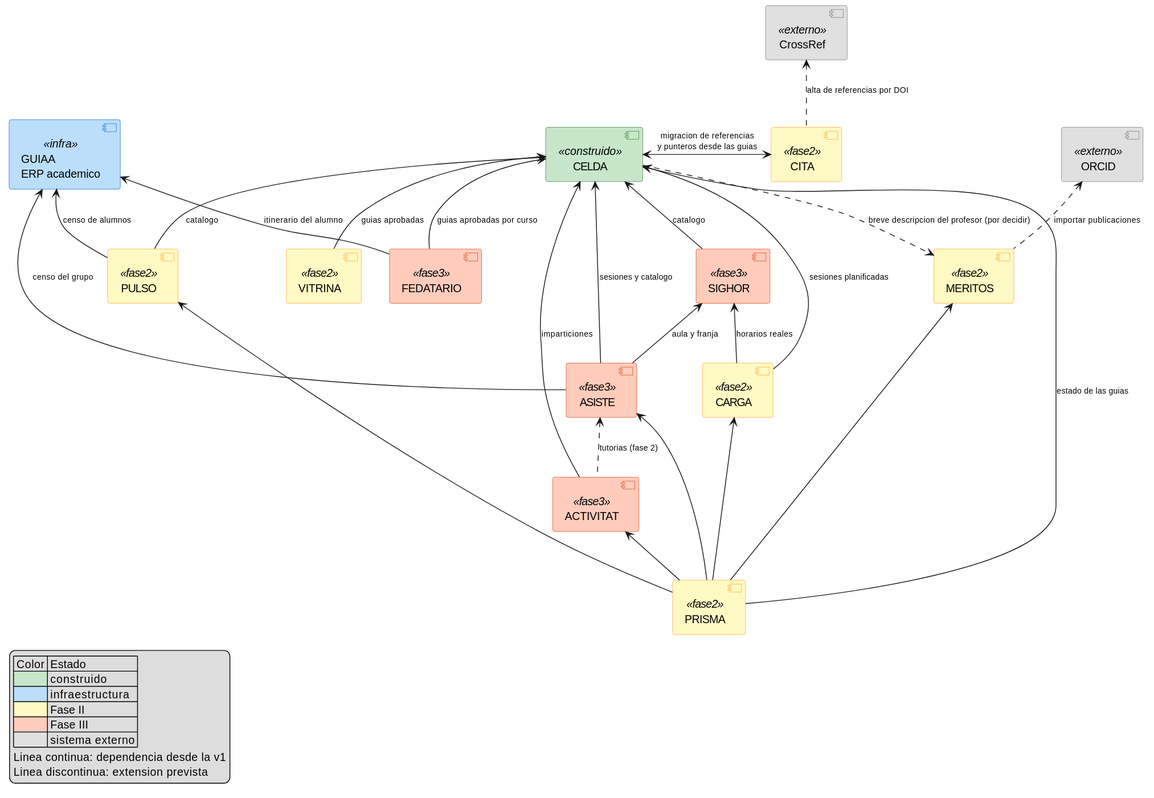
mmasias/_AGORA keeps this PlantUML diagram as images/modelosUML/mapaDependencias.svg. Above is the earlier version. The source it was exported from:
```plantuml
@startuml
skinparam component {
  BorderColor<<construido>> #2E7D32
  BorderColor<<infra>> #1565C0
  BorderColor<<fase2>> #F9A825
  BorderColor<<fase3>> #D84315
  BorderColor<<externo>> #757575
  BackgroundColor<<construido>> #C8E6C9
  BackgroundColor<<infra>> #BBDEFB
  BackgroundColor<<fase2>> #FFF9C4
  BackgroundColor<<fase3>> #FFCCBC
  BackgroundColor<<externo>> #E0E0E0
}


component "CELDA" <<construido>> as CELDA
component "GUIAA\nERP academico" <<infra>> as GUIAA

component "ORCID" <<externo>> as ORCID
component "CrossRef" <<externo>> as CROSSREF


component "MERITOS" <<fase2>> as MERITOS
component "PULSO" <<fase2>> as PULSO
component "VITRINA" <<fase2>> as VITRINA
component "CITA" <<fase2>> as CITA
component "CARGA" <<fase2>> as CARGA
component "PRISMA" <<fase2>> as PRISMA


component "SIGHOR" <<fase3>> as SIGHOR
component "ASISTE" <<fase3>> as ASISTE
component "FEDATARIO" <<fase3>> as FEDATARIO
component "ACTIVITAT" <<fase3>> as ACTIVITAT


PULSO -up-> CELDA : <sub>catalogo</sub>
VITRINA -up-> CELDA : <sub>guias aprobadas</sub>
CELDA <-> CITA : <sub>migracion de referencias</sub>\n<sub>y punteros desde las guias</sub>
CARGA -up-> CELDA : <sub>sesiones planificadas</sub>
ASISTE -up-> CELDA : <sub>sesiones y catalogo</sub>
SIGHOR -up-> CELDA : <sub>catalogo</sub>
ACTIVITAT -up-> CELDA : <sub>imparticiones</sub>
FEDATARIO -up-> CELDA : <sub>guias aprobadas por curso</sub>
PRISMA -up-> CELDA : <sub>estado de las guias</sub>


CARGA -up-> SIGHOR : <sub>horarios reales</sub>
ASISTE -up-> SIGHOR : <sub>aula y franja</sub>
PRISMA -up-> MERITOS
PRISMA -up-> PULSO
PRISMA -up-> ASISTE
PRISMA -up-> CARGA
PRISMA -up-> ACTIVITAT


PULSO -up-> GUIAA : <sub>censo de alumnos</sub>
ASISTE -up-> GUIAA : <sub>censo del grupo</sub>
FEDATARIO -up-> GUIAA : <sub>itinerario del alumno</sub>


ACTIVITAT .up.> ASISTE : <sub>tutorias (fase 2)</sub>
MERITOS .up.> ORCID : <sub>importar publicaciones</sub>
CITA .up.> CROSSREF : <sub>alta de referencias por DOI</sub>
CELDA ..> MERITOS : <sub>breve descripcion del profesor (por decidir)</sub>

legend left
  | Color | Estado |
  |<#C8E6C9>| construido |
  |<#BBDEFB>| infraestructura |
  |<#FFF9C4>| Fase II |
  |<#FFCCBC>| Fase III |
  |<#E0E0E0>| sistema externo |
  Linea continua: dependencia desde la v1
  Linea discontinua: extension prevista
end legend
@enduml
```
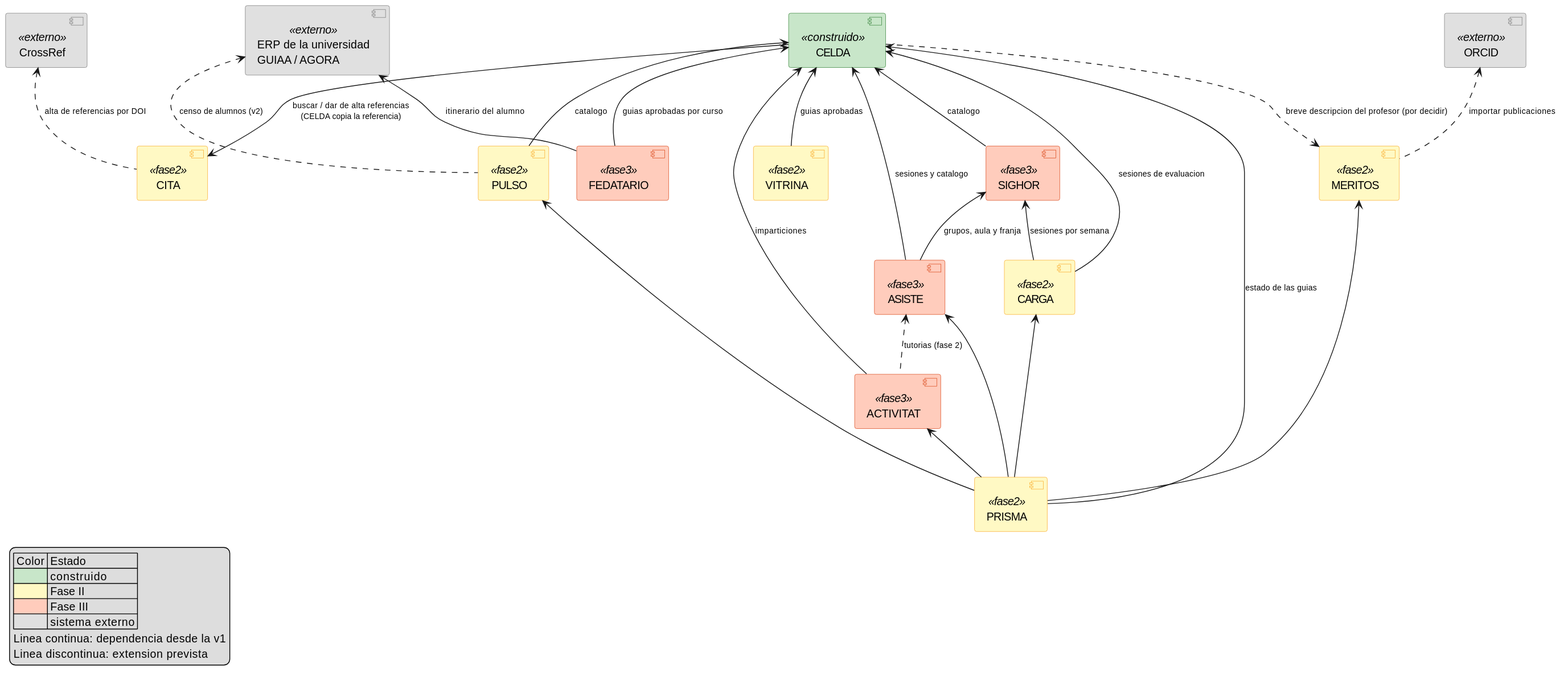
After the change.

Commit message:
docs(readme, mapa): COLMENA/GUIAA/AGORA como sistemas externos, tabla de datos maestros y diagrama actualizado (#11, #10)

Sesión: ClaudeF-Consultor-SDF1. Resolución debatida en la discussion #1.

The edit, as a diff of the source:
```diff
@@ -1,12 +1,10 @@
 @startuml
 skinparam component {
   BorderColor<<construido>> #2E7D32
-  BorderColor<<infra>> #1565C0
   BorderColor<<fase2>> #F9A825
   BorderColor<<fase3>> #D84315
   BorderColor<<externo>> #757575
   BackgroundColor<<construido>> #C8E6C9
-  BackgroundColor<<infra>> #BBDEFB
   BackgroundColor<<fase2>> #FFF9C4
   BackgroundColor<<fase3>> #FFCCBC
   BackgroundColor<<externo>> #E0E0E0
@@ -14,7 +12,7 @@
 
 
 component "CELDA" <<construido>> as CELDA
-component "GUIAA\nERP academico" <<infra>> as GUIAA
+component "ERP de la universidad\nGUIAA / AGORA" <<externo>> as ERP
 
 component "ORCID" <<externo>> as ORCID
 component "CrossRef" <<externo>> as CROSSREF
@@ -36,8 +34,7 @@
 
 PULSO -up-> CELDA : <sub>catalogo</sub>
 VITRINA -up-> CELDA : <sub>guias aprobadas</sub>
-CELDA <-> CITA : <sub>migracion de referencias</sub>\n<sub>y punteros desde las guias</sub>
-CARGA -up-> CELDA : <sub>sesiones planificadas</sub>
+CARGA -up-> CELDA : <sub>sesiones de evaluacion</sub>
 ASISTE -up-> CELDA : <sub>sesiones y catalogo</sub>
 SIGHOR -up-> CELDA : <sub>catalogo</sub>
 ACTIVITAT -up-> CELDA : <sub>imparticiones</sub>
@@ -45,8 +42,11 @@
 PRISMA -up-> CELDA : <sub>estado de las guias</sub>
 
 
-CARGA -up-> SIGHOR : <sub>horarios reales</sub>
-ASISTE -up-> SIGHOR : <sub>aula y franja</sub>
+CELDA -down-> CITA : <sub>buscar / dar de alta referencias</sub>\n<sub>(CELDA copia la referencia)</sub>
+
+
+CARGA -up-> SIGHOR : <sub>sesiones por semana</sub>
+ASISTE -up-> SIGHOR : <sub>grupos, aula y franja</sub>
 PRISMA -up-> MERITOS
 PRISMA -up-> PULSO
 PRISMA -up-> ASISTE
@@ -54,11 +54,10 @@
 PRISMA -up-> ACTIVITAT
 
 
-PULSO -up-> GUIAA : <sub>censo de alumnos</sub>
-ASISTE -up-> GUIAA : <sub>censo del grupo</sub>
-FEDATARIO -up-> GUIAA : <sub>itinerario del alumno</sub>
+FEDATARIO -up-> ERP : <sub>itinerario del alumno</sub>
 
 
+PULSO .up.> ERP : <sub>censo de alumnos (v2)</sub>
 ACTIVITAT .up.> ASISTE : <sub>tutorias (fase 2)</sub>
 MERITOS .up.> ORCID : <sub>importar publicaciones</sub>
 CITA .up.> CROSSREF : <sub>alta de referencias por DOI</sub>
@@ -67,7 +66,6 @@
 legend left
   | Color | Estado |
   |<#C8E6C9>| construido |
-  |<#BBDEFB>| infraestructura |
   |<#FFF9C4>| Fase II |
   |<#FFCCBC>| Fase III |
   |<#E0E0E0>| sistema externo |
```
